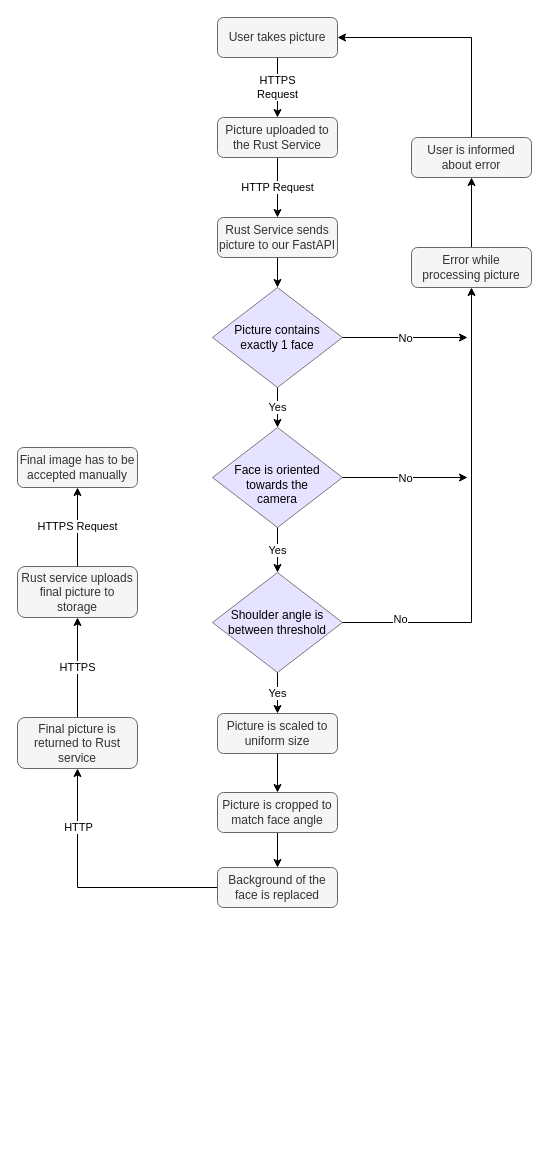
Earlier version of the draw.io diagram files/FlowDiagram.drawio (Raphmatt/face-detection). Source tidied: cells renumbered, new cells numbered last; positions are measured from the earlier drawing's top-left corner, leaving out a move shared by most shapes. Both pictures are drawn from the tidied source at 100%, with x=0, y=0 at pixel (17, 17).
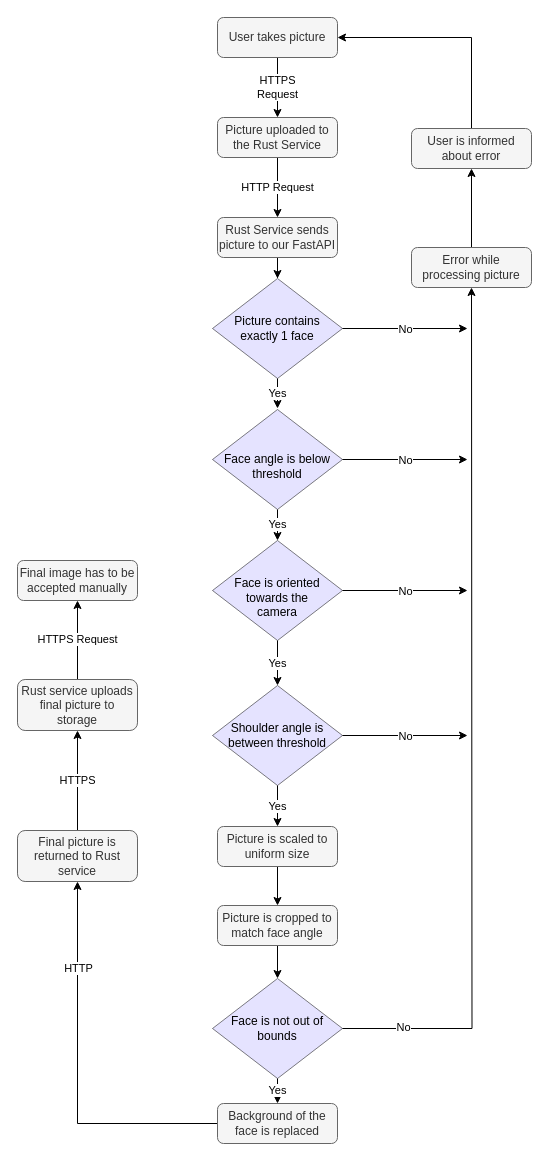
Above is the later version.

The change refers to these unchanged cells:
```xml
<mxCell id="12" value="Error while processing picture" style="rounded=1;whiteSpace=wrap;html=1;fontSize=12;glass=0;strokeWidth=1;shadow=0;fillColor=#f5f5f5;fontColor=#333333;strokeColor=#666666;" parent="1" vertex="1">
  <mxGeometry x="394" y="230" width="120" height="40" as="geometry" />
</mxCell>
```

The edit, as a diff of the source:
```diff
@@
-    <mxCell id="8" value="Yes" style="edgeStyle=orthogonalEdgeStyle;rounded=0;jettySize=auto;html=1;entryX=0.5;entryY=0;entryDx=0;entryDy=0;" parent="1" edge="1" source="10" target="17">
-      <mxGeometry relative="1" as="geometry" />
-    </mxCell>
     <mxCell id="9" value="No" style="edgeStyle=orthogonalEdgeStyle;rounded=0;jettySize=auto;html=1;" parent="1" edge="1" source="10">
       <mxGeometry relative="1" as="geometry">
-        <mxPoint x="450" y="320" as="targetPoint" />
+        <mxPoint x="450" y="311" as="targetPoint" />
       </mxGeometry>
     </mxCell>
+    <mxCell id="34" value="Yes" style="edgeStyle=orthogonalEdgeStyle;rounded=0;jettySize=auto;html=1;" parent="1" edge="1" source="10">
+      <mxGeometry relative="1" as="geometry">
+        <mxPoint x="260" y="391" as="targetPoint" />
+      </mxGeometry>
+    </mxCell>
     <mxCell id="10" value="Picture contains &lt;br&gt;exactly 1 face" style="rhombus;whiteSpace=wrap;html=1;fillColor=#cbc7ff;opacity=50;" parent="1" vertex="1">
-      <mxGeometry x="195" y="270" width="130" height="100" as="geometry" />
+      <mxGeometry x="195" y="261" width="130" height="100" as="geometry" />
     </mxCell>
@@
     <mxCell id="14" value="User is informed about error" style="rounded=1;whiteSpace=wrap;html=1;fontSize=12;glass=0;strokeWidth=1;shadow=0;fillColor=#f5f5f5;fontColor=#333333;strokeColor=#666666;" parent="1" vertex="1">
-      <mxGeometry x="394" y="120" width="120" height="40" as="geometry" />
+      <mxGeometry x="394" y="111" width="120" height="40" as="geometry" />
     </mxCell>
@@
     <mxCell id="16" value="No" style="edgeStyle=orthogonalEdgeStyle;rounded=0;jettySize=auto;html=1;" parent="1" edge="1" source="17">
       <mxGeometry relative="1" as="geometry">
-        <mxPoint x="450" y="460" as="targetPoint" />
+        <mxPoint x="450" y="573" as="targetPoint" />
       </mxGeometry>
     </mxCell>
     <mxCell id="17" value="&lt;br&gt;Face is oriented&lt;br&gt;towards the &lt;br&gt;camera" style="rhombus;whiteSpace=wrap;html=1;fillColor=#cbc7ff;opacity=50;" parent="1" vertex="1">
-      <mxGeometry x="195" y="410" width="130" height="100" as="geometry" />
+      <mxGeometry x="195" y="523" width="130" height="100" as="geometry" />
     </mxCell>
-    <mxCell id="18" style="edgeStyle=orthogonalEdgeStyle;rounded=0;jettySize=auto;html=1;entryX=0.5;entryY=1;entryDx=0;entryDy=0;" parent="1" edge="1" source="21" target="12">
-      <mxGeometry relative="1" as="geometry" />
-    </mxCell>
-    <mxCell id="19" value="No" style="edgeLabel;html=1;align=center;verticalAlign=middle;" parent="18" vertex="1">
-      <mxGeometry x="-0.84" y="4" relative="1" as="geometry">
-        <mxPoint x="20" as="offset" />
-      </mxGeometry>
-    </mxCell>
@@
+    <mxCell id="35" value="No" style="edgeStyle=orthogonalEdgeStyle;rounded=0;jettySize=auto;html=1;" parent="1" edge="1" source="21">
+      <mxGeometry relative="1" as="geometry">
+        <mxPoint x="450" y="718" as="targetPoint" />
+      </mxGeometry>
+    </mxCell>
     <mxCell id="21" value="Shoulder angle is between threshold" style="rhombus;whiteSpace=wrap;html=1;fillColor=#cbc7ff;opacity=50;" parent="1" vertex="1">
-      <mxGeometry x="195" y="555" width="130" height="100" as="geometry" />
+      <mxGeometry x="195" y="668" width="130" height="100" as="geometry" />
     </mxCell>
-    <mxCell id="22" style="edgeStyle=orthogonalEdgeStyle;rounded=0;jettySize=auto;html=1;entryX=0.5;entryY=0;entryDx=0;entryDy=0;" parent="1" edge="1" source="23" target="26">
-      <mxGeometry relative="1" as="geometry" />
-    </mxCell>
+    <mxCell id="36" style="edgeStyle=orthogonalEdgeStyle;rounded=0;jettySize=auto;html=1;entryX=0.5;entryY=0;entryDx=0;entryDy=0;" parent="1" edge="1" source="23" target="42">
+      <mxGeometry relative="1" as="geometry" />
+    </mxCell>
     <mxCell id="23" value="Picture is cropped to match face angle" style="rounded=1;whiteSpace=wrap;html=1;fontSize=12;glass=0;strokeWidth=1;shadow=0;fillColor=#f5f5f5;fontColor=#333333;strokeColor=#666666;" parent="1" vertex="1">
-      <mxGeometry x="200" y="775" width="120" height="40" as="geometry" />
+      <mxGeometry x="200" y="888" width="120" height="40" as="geometry" />
     </mxCell>
@@
     <mxCell id="26" value="Background of the face is replaced" style="rounded=1;whiteSpace=wrap;html=1;fontSize=12;glass=0;strokeWidth=1;shadow=0;fillColor=#f5f5f5;fontColor=#333333;strokeColor=#666666;" parent="1" vertex="1">
-      <mxGeometry x="200" y="850" width="120" height="40" as="geometry" />
+      <mxGeometry x="200" y="1086" width="120" height="40" as="geometry" />
     </mxCell>
@@
     <mxCell id="28" value="Picture is scaled to uniform size" style="rounded=1;whiteSpace=wrap;html=1;fontSize=12;glass=0;strokeWidth=1;shadow=0;fillColor=#f5f5f5;fontColor=#333333;strokeColor=#666666;" parent="1" vertex="1">
-      <mxGeometry x="200" y="696" width="120" height="40" as="geometry" />
+      <mxGeometry x="200" y="809" width="120" height="40" as="geometry" />
     </mxCell>
@@
     <mxCell id="30" value="Final picture is returned to Rust service" style="rounded=1;whiteSpace=wrap;html=1;fontSize=12;glass=0;strokeWidth=1;shadow=0;fillColor=#f5f5f5;fontColor=#333333;strokeColor=#666666;" parent="1" vertex="1">
-      <mxGeometry y="700" width="120" height="51" as="geometry" />
+      <mxGeometry y="813" width="120" height="51" as="geometry" />
     </mxCell>
@@
     <mxCell id="32" value="Rust service uploads final picture to storage" style="rounded=1;whiteSpace=wrap;html=1;fontSize=12;glass=0;strokeWidth=1;shadow=0;fillColor=#f5f5f5;fontColor=#333333;strokeColor=#666666;" parent="1" vertex="1">
-      <mxGeometry y="549" width="120" height="51" as="geometry" />
+      <mxGeometry y="662" width="120" height="51" as="geometry" />
     </mxCell>
     <mxCell id="33" value="Final image has to be accepted manually" style="rounded=1;whiteSpace=wrap;html=1;fontSize=12;glass=0;strokeWidth=1;shadow=0;fillColor=#f5f5f5;fontColor=#333333;strokeColor=#666666;" parent="1" vertex="1">
-      <mxGeometry y="430" width="120" height="40" as="geometry" />
+      <mxGeometry y="543" width="120" height="40" as="geometry" />
     </mxCell>
+    <mxCell id="37" value="Yes" style="edgeStyle=orthogonalEdgeStyle;rounded=0;jettySize=auto;html=1;entryX=0.5;entryY=0;entryDx=0;entryDy=0;" parent="1" edge="1" source="39" target="17">
+      <mxGeometry relative="1" as="geometry" />
+    </mxCell>
+    <mxCell id="38" value="No" style="edgeStyle=orthogonalEdgeStyle;rounded=0;jettySize=auto;html=1;" parent="1" edge="1" source="39">
+      <mxGeometry relative="1" as="geometry">
+        <mxPoint x="450" y="442" as="targetPoint" />
+      </mxGeometry>
+    </mxCell>
+    <mxCell id="39" value="&lt;br&gt;Face angle is below threshold" style="rhombus;whiteSpace=wrap;html=1;fillColor=#cbc7ff;opacity=50;" parent="1" vertex="1">
+      <mxGeometry x="195" y="392" width="130" height="100" as="geometry" />
+    </mxCell>
+    <mxCell id="40" value="Yes" style="edgeStyle=orthogonalEdgeStyle;rounded=0;jettySize=auto;html=1;entryX=0.5;entryY=0;entryDx=0;entryDy=0;" parent="1" edge="1" source="42" target="26">
+      <mxGeometry relative="1" as="geometry" />
+    </mxCell>
+    <mxCell id="41" style="edgeStyle=orthogonalEdgeStyle;rounded=0;jettySize=auto;html=1;" parent="1" edge="1" source="42">
+      <mxGeometry relative="1" as="geometry">
+        <mxPoint x="454" y="270" as="targetPoint" />
+      </mxGeometry>
+    </mxCell>
+    <mxCell id="19" value="No" style="edgeLabel;html=1;align=center;verticalAlign=middle;" parent="41" vertex="1">
+      <mxGeometry x="-0.86" y="2" relative="1" as="geometry">
+        <mxPoint x="-1" as="offset" />
+      </mxGeometry>
+    </mxCell>
+    <mxCell id="42" value="Face is not out of bounds" style="rhombus;whiteSpace=wrap;html=1;fillColor=#cbc7ff;opacity=50;" parent="1" vertex="1">
+      <mxGeometry x="195" y="961" width="130" height="100" as="geometry" />
+    </mxCell>
```
